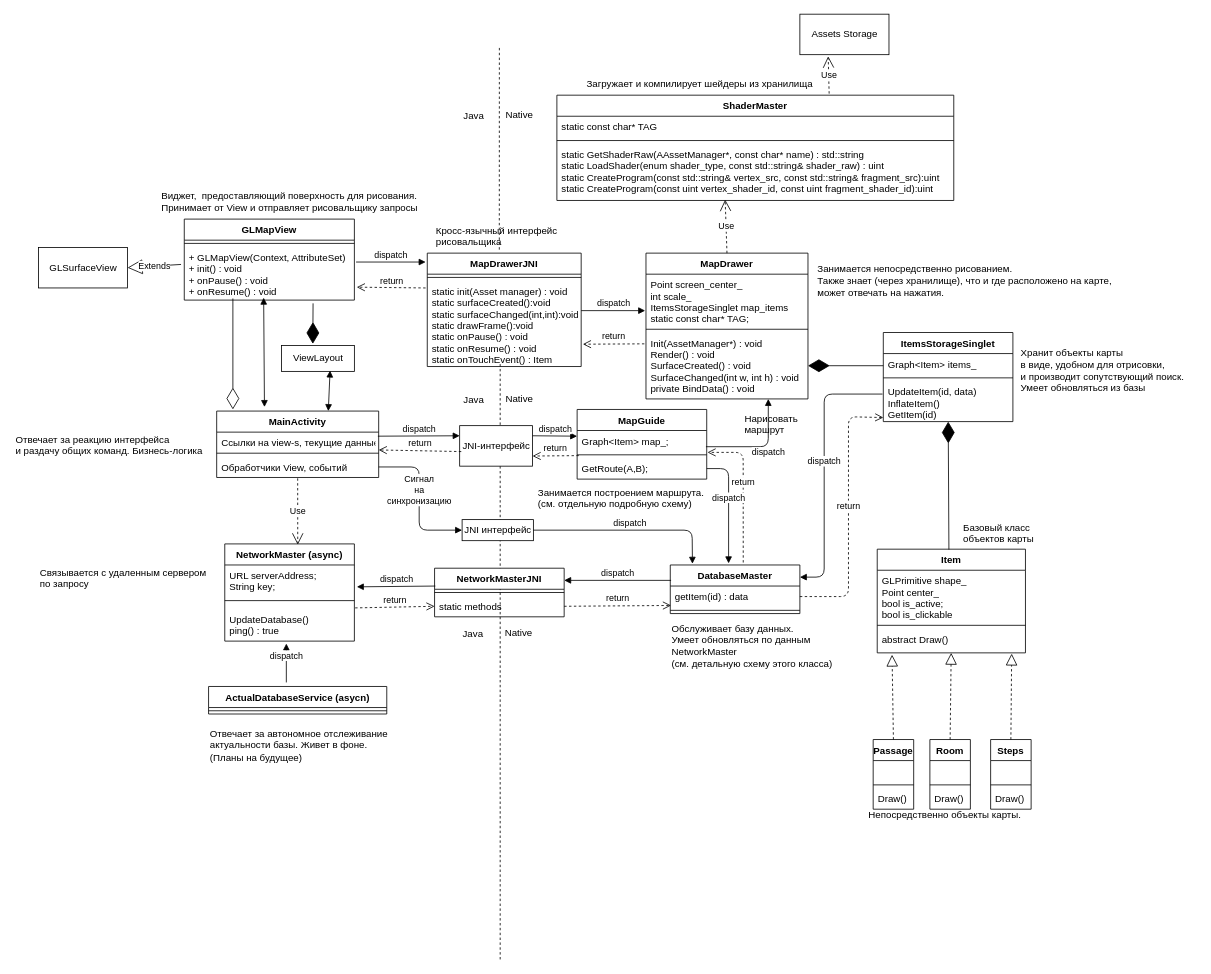
Earlier version of the draw.io diagram Android App/Untitled Diagram.drawio (tamerlanchik/FoxCode). Source tidied: cells renumbered, new cells numbered last; positions are measured from the earlier drawing's top-left corner, leaving out a move shared by most shapes. Both pictures are drawn from the tidied source at 81%, with x=0, y=0 at pixel (14, 14).
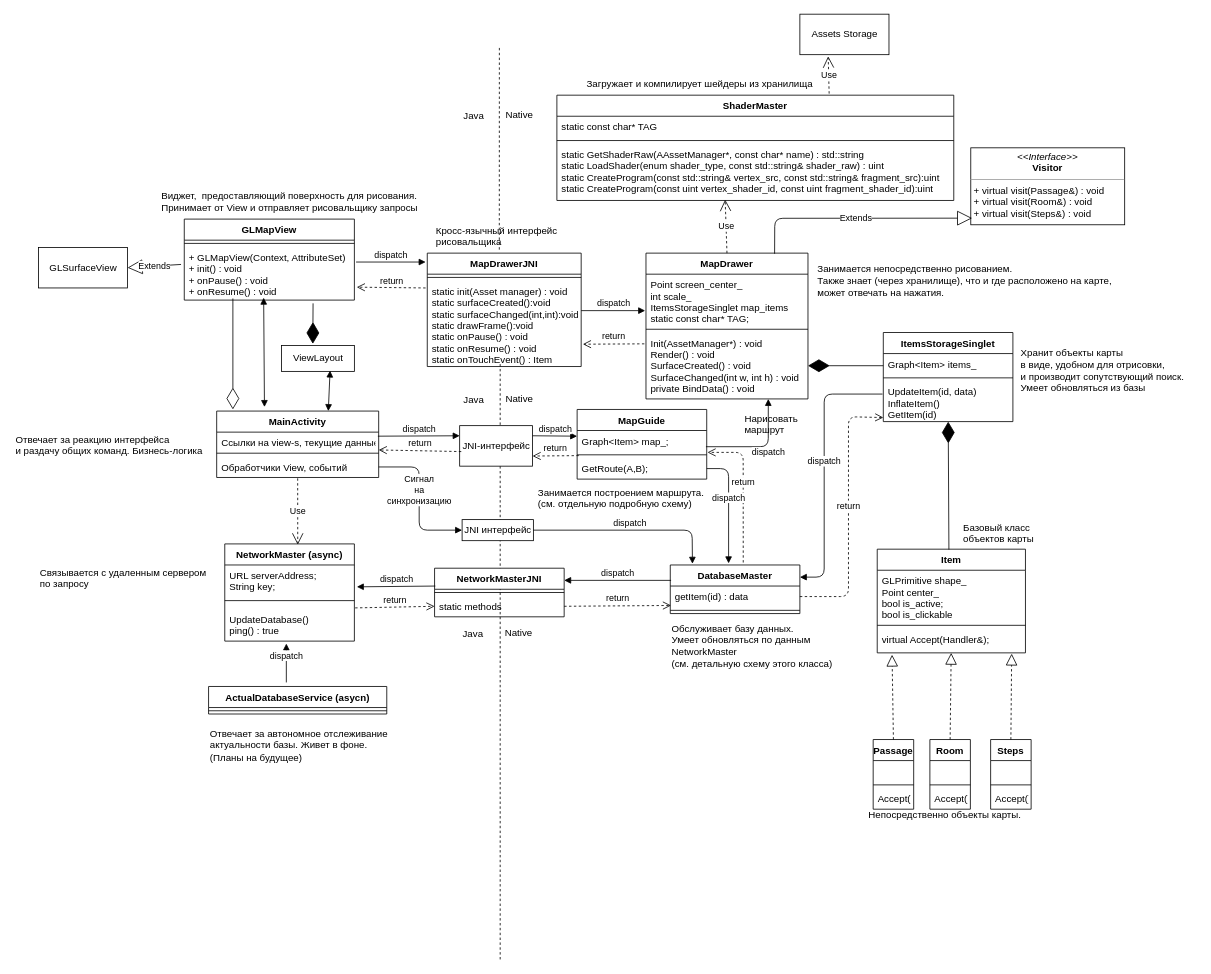
The same diagram, later.

The change refers to these unchanged cells:
```xml
<mxCell id="6" value="MapDrawer" style="swimlane;fontStyle=1;align=center;verticalAlign=top;horizontal=1;startSize=26;" parent="1" vertex="1">
  <mxGeometry x="780" y="295" width="200" height="180" as="geometry" />
</mxCell>
<mxCell id="14" value="Item&#10;&#10;" style="swimlane;fontStyle=1;align=center;verticalAlign=top;horizontal=1;startSize=26;" parent="1" vertex="1">
  <mxGeometry x="1065.5" y="660.5" width="183" height="128" as="geometry" />
</mxCell>
<mxCell id="19" value="Passage" style="swimlane;fontStyle=1;align=center;verticalAlign=top;horizontal=1;startSize=26;" parent="1" vertex="1">
  <mxGeometry x="1060.5" y="895.5" width="50" height="86" as="geometry" />
</mxCell>
<mxCell id="23" value="Room" style="swimlane;fontStyle=1;align=center;verticalAlign=top;horizontal=1;startSize=26;" parent="1" vertex="1">
  <mxGeometry x="1130.5" y="895.5" width="50" height="86" as="geometry" />
</mxCell>
<mxCell id="27" value="Steps&#10;&#10;" style="swimlane;fontStyle=1;align=center;verticalAlign=top;horizontal=1;startSize=26;" parent="1" vertex="1">
  <mxGeometry x="1205.5" y="895.5" width="50" height="86" as="geometry" />
</mxCell>
```

Change to the diagram source:
```diff
@@
-    <mxCell id="17" value="abstract Draw()" style="text;strokeColor=none;fillColor=none;align=left;verticalAlign=top;spacingLeft=4;spacingRight=4;overflow=hidden;points=[[0,0.5],[1,0.5]];portConstraint=eastwest;" parent="14" vertex="1">
+    <mxCell id="17" value="virtual Accept(Handler&amp;);" style="text;strokeColor=none;fillColor=none;align=left;verticalAlign=top;spacingLeft=4;spacingRight=4;overflow=hidden;points=[[0,0.5],[1,0.5]];portConstraint=eastwest;" parent="14" vertex="1">
       <mxGeometry y="98" width="183" height="30" as="geometry" />
     </mxCell>
@@
-    <mxCell id="22" value="Draw()" style="text;strokeColor=none;fillColor=none;align=left;verticalAlign=top;spacingLeft=4;spacingRight=4;overflow=hidden;" parent="19" vertex="1">
+    <mxCell id="22" value="Accept()" style="text;strokeColor=none;fillColor=none;align=left;verticalAlign=top;spacingLeft=4;spacingRight=4;overflow=hidden;" parent="19" vertex="1">
       <mxGeometry y="60" width="50" height="26" as="geometry" />
     </mxCell>
@@
-    <mxCell id="26" value="Draw()" style="text;strokeColor=none;fillColor=none;align=left;verticalAlign=top;spacingLeft=4;spacingRight=4;overflow=hidden;" parent="23" vertex="1">
+    <mxCell id="26" value="Accept()" style="text;strokeColor=none;fillColor=none;align=left;verticalAlign=top;spacingLeft=4;spacingRight=4;overflow=hidden;" parent="23" vertex="1">
       <mxGeometry y="60" width="50" height="26" as="geometry" />
     </mxCell>
@@
-    <mxCell id="30" value="Draw()" style="text;strokeColor=none;fillColor=none;align=left;verticalAlign=top;spacingLeft=4;spacingRight=4;overflow=hidden;" parent="27" vertex="1">
+    <mxCell id="30" value="Accept()" style="text;strokeColor=none;fillColor=none;align=left;verticalAlign=top;spacingLeft=4;spacingRight=4;overflow=hidden;" parent="27" vertex="1">
       <mxGeometry y="60" width="50" height="26" as="geometry" />
     </mxCell>
@@
+    <mxCell id="115" value="&lt;p style=&quot;margin: 0px ; margin-top: 4px ; text-align: center&quot;&gt;&lt;i&gt;&amp;lt;&amp;lt;Interface&amp;gt;&amp;gt;&lt;/i&gt;&lt;br&gt;&lt;b&gt;Visitor&lt;/b&gt;&lt;/p&gt;&lt;hr size=&quot;1&quot;&gt;&lt;p style=&quot;margin: 0px ; margin-left: 4px&quot;&gt;&lt;span&gt;+ virtual visit(Passage&amp;amp;) : void&lt;/span&gt;&lt;/p&gt;&lt;p style=&quot;margin: 0px ; margin-left: 4px&quot;&gt;&lt;span&gt;+ virtual visit(Room&amp;amp;) : void&lt;/span&gt;&lt;/p&gt;&lt;p style=&quot;margin: 0px ; margin-left: 4px&quot;&gt;&lt;span&gt;+ virtual visit(Steps&amp;amp;) : void&lt;/span&gt;&lt;/p&gt;" style="verticalAlign=top;align=left;overflow=fill;fontSize=12;fontFamily=Helvetica;html=1;" parent="1" vertex="1">
+      <mxGeometry x="1181" y="165" width="190" height="95" as="geometry" />
+    </mxCell>
+    <mxCell id="116" value="Extends" style="endArrow=block;endSize=16;endFill=0;html=1;exitX=0.794;exitY=0.004;exitDx=0;exitDy=0;exitPerimeter=0;entryX=0.009;entryY=0.914;entryDx=0;entryDy=0;entryPerimeter=0;" parent="1" edge="1" source="6" target="115">
+      <mxGeometry relative="1" as="geometry">
+        <Array as="points">
+          <mxPoint x="939" y="252" />
+        </Array>
+      </mxGeometry>
+    </mxCell>
```
